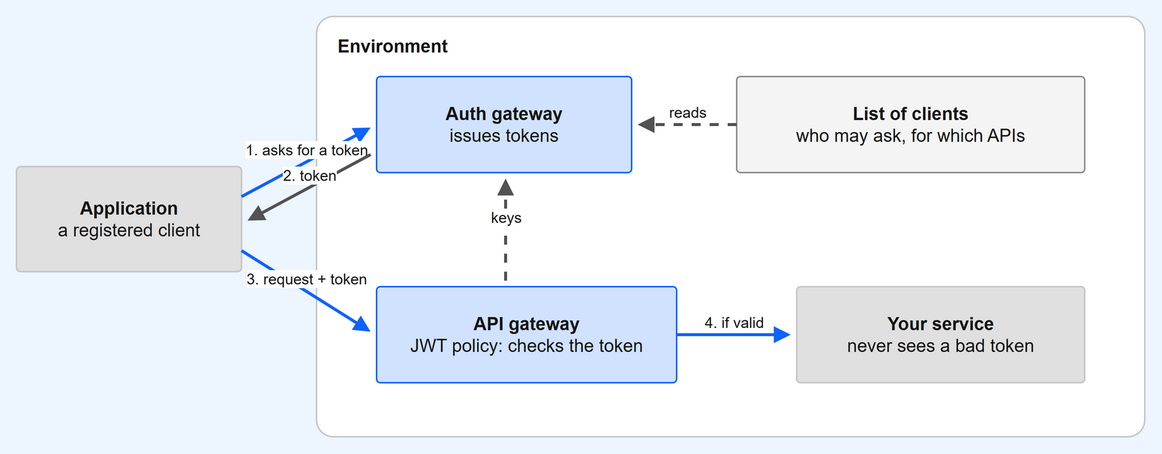
This is static/img/auth/token-flow.drawio.png from cml-x/docs, a draw.io export, as it was before one commit. Source tidied: cells renumbered, new cells last; positions are measured from the earlier drawing's top-left corner, leaving out a move shared by most shapes.
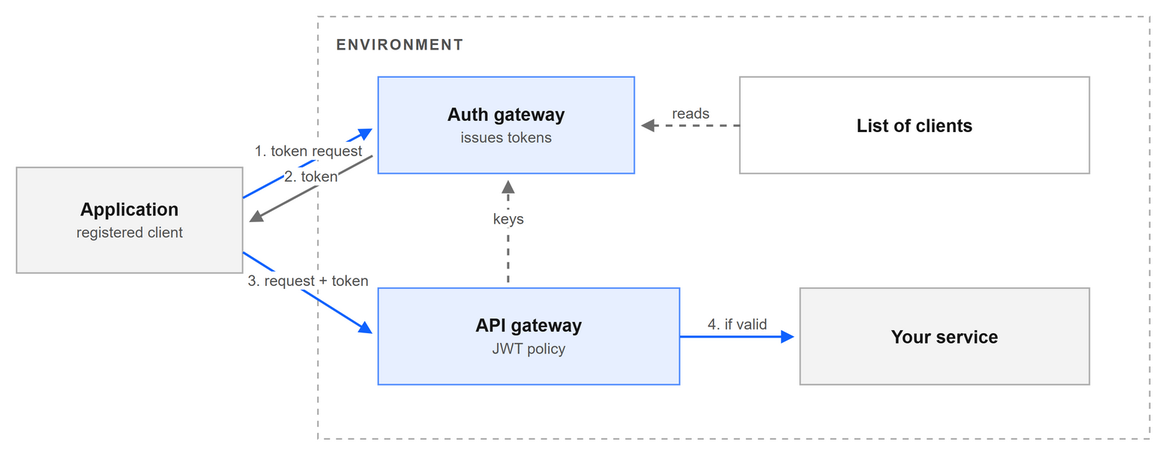
The same file after the commit.

Change to the diagram source:
```diff
@@ -1,56 +1,56 @@
-<mxGraphModel background="#EDF5FF">
+<mxGraphModel background="#FFFFFF">
   <root>
     <mxCell id="0" />
     <mxCell id="1" parent="0" />
-    <mxCell id="2" value="&lt;b&gt;Application&lt;/b&gt;&lt;br&gt;a registered client" style="rounded=1;arcSize=4;whiteSpace=wrap;html=1;fillColor=#E0E0E0;strokeColor=#C6C6C6;fontColor=#161616;fontSize=12;" parent="1" vertex="1">
+    <mxCell id="2" value="&lt;b&gt;Application&lt;/b&gt;&lt;br&gt;&lt;span style=&quot;font-size:10px;color:#525252&quot;&gt;registered client&lt;/span&gt;" style="rounded=0;whiteSpace=wrap;html=1;strokeWidth=1;fontColor=#161616;fontSize=12;fillColor=#161616;fillOpacity=5;strokeColor=#8D8D8D;strokeOpacity=70;" parent="1" vertex="1">
       <mxGeometry y="100" width="150" height="70" as="geometry" />
     </mxCell>
-    <mxCell id="3" value="Environment" style="rounded=1;arcSize=4;whiteSpace=wrap;html=1;fillColor=#FFFFFF;strokeColor=#C6C6C6;fontColor=#161616;fontSize=12;verticalAlign=top;align=left;spacingLeft=12;spacingTop=6;fontStyle=1;" parent="1" vertex="1">
+    <mxCell id="3" value="&lt;span style=&quot;font-size:10px;color:#525252;letter-spacing:1px&quot;&gt;&lt;b&gt;ENVIRONMENT&lt;/b&gt;&lt;/span&gt;" style="rounded=0;whiteSpace=wrap;html=1;strokeWidth=1;fontColor=#161616;fontSize=12;fillColor=none;strokeColor=#A8A8A8;dashed=1;dashPattern=4 4;verticalAlign=top;align=left;spacingLeft=10;spacingTop=4;" parent="1" vertex="1">
       <mxGeometry x="200" width="552" height="280" as="geometry" />
     </mxCell>
-    <mxCell id="4" value="&lt;b&gt;Auth gateway&lt;/b&gt;&lt;br&gt;issues tokens" style="rounded=1;arcSize=4;whiteSpace=wrap;html=1;fillColor=#D0E2FF;strokeColor=#0F62FE;fontColor=#161616;fontSize=12;" parent="1" vertex="1">
+    <mxCell id="4" value="&lt;b&gt;Auth gateway&lt;/b&gt;&lt;br&gt;&lt;span style=&quot;font-size:10px;color:#525252&quot;&gt;issues tokens&lt;/span&gt;" style="rounded=0;whiteSpace=wrap;html=1;strokeWidth=1;fontColor=#161616;fontSize=12;fillColor=#0F62FE;fillOpacity=10;strokeColor=#0F62FE;strokeOpacity=70;" parent="1" vertex="1">
       <mxGeometry x="240" y="40" width="170" height="64" as="geometry" />
     </mxCell>
-    <mxCell id="5" value="&lt;b&gt;List of clients&lt;/b&gt;&lt;br&gt;who may ask, for which APIs" style="rounded=1;arcSize=4;whiteSpace=wrap;html=1;fillColor=#F4F4F4;strokeColor=#8D8D8D;fontColor=#161616;fontSize=12;" parent="1" vertex="1">
+    <mxCell id="5" value="&lt;b&gt;List of clients&lt;/b&gt;" style="rounded=0;whiteSpace=wrap;html=1;strokeWidth=1;fontColor=#161616;fontSize=12;fillColor=none;strokeColor=#8D8D8D;strokeOpacity=70;" parent="1" vertex="1">
       <mxGeometry x="480" y="40" width="232" height="64" as="geometry" />
     </mxCell>
-    <mxCell id="6" value="&lt;b&gt;API gateway&lt;/b&gt;&lt;br&gt;JWT policy: checks the token" style="rounded=1;arcSize=4;whiteSpace=wrap;html=1;fillColor=#D0E2FF;strokeColor=#0F62FE;fontColor=#161616;fontSize=12;" parent="1" vertex="1">
+    <mxCell id="6" value="&lt;b&gt;API gateway&lt;/b&gt;&lt;br&gt;&lt;span style=&quot;font-size:10px;color:#525252&quot;&gt;JWT policy&lt;/span&gt;" style="rounded=0;whiteSpace=wrap;html=1;strokeWidth=1;fontColor=#161616;fontSize=12;fillColor=#0F62FE;fillOpacity=10;strokeColor=#0F62FE;strokeOpacity=70;" parent="1" vertex="1">
       <mxGeometry x="240" y="180" width="200" height="64" as="geometry" />
     </mxCell>
-    <mxCell id="7" value="&lt;b&gt;Your service&lt;/b&gt;&lt;br&gt;never sees a bad token" style="rounded=1;arcSize=4;whiteSpace=wrap;html=1;fillColor=#E0E0E0;strokeColor=#C6C6C6;fontColor=#161616;fontSize=12;" parent="1" vertex="1">
+    <mxCell id="7" value="&lt;b&gt;Your service&lt;/b&gt;" style="rounded=0;whiteSpace=wrap;html=1;strokeWidth=1;fontColor=#161616;fontSize=12;fillColor=#161616;fillOpacity=5;strokeColor=#8D8D8D;strokeOpacity=70;" parent="1" vertex="1">
       <mxGeometry x="520" y="180" width="192" height="64" as="geometry" />
     </mxCell>
-    <mxCell id="8" value="1. asks for a token" style="endArrow=block;html=1;strokeWidth=2;strokeColor=#0F62FE;fontSize=10;fontColor=#161616;verticalAlign=bottom;" parent="1" edge="1">
+    <mxCell id="8" value="1. token request" style="endArrow=block;html=1;strokeWidth=1.5;strokeColor=#0F62FE;fontSize=10;fontColor=#525252;verticalAlign=bottom;endSize=5;rounded=0;labelBackgroundColor=#FFFFFF;" parent="1" edge="1">
       <mxGeometry relative="1" as="geometry">
         <mxPoint x="150" y="120" as="sourcePoint" />
         <mxPoint x="236" y="74" as="targetPoint" />
       </mxGeometry>
     </mxCell>
-    <mxCell id="9" value="2. token" style="endArrow=block;html=1;strokeWidth=2;strokeColor=#525252;fontSize=10;fontColor=#161616;verticalAlign=bottom;" parent="1" edge="1">
+    <mxCell id="9" value="2. token" style="endArrow=block;html=1;strokeWidth=1.5;strokeColor=#6F6F6F;fontSize=10;fontColor=#525252;verticalAlign=bottom;endSize=5;rounded=0;labelBackgroundColor=#FFFFFF;" parent="1" edge="1">
       <mxGeometry relative="1" as="geometry">
         <mxPoint x="236" y="92" as="sourcePoint" />
         <mxPoint x="154" y="136" as="targetPoint" />
       </mxGeometry>
     </mxCell>
-    <mxCell id="10" value="3. request + token" style="endArrow=block;html=1;strokeWidth=2;strokeColor=#0F62FE;fontSize=10;fontColor=#161616;verticalAlign=bottom;" parent="1" edge="1">
+    <mxCell id="10" value="3. request + token" style="endArrow=block;html=1;strokeWidth=1.5;strokeColor=#0F62FE;fontSize=10;fontColor=#525252;verticalAlign=bottom;endSize=5;rounded=0;labelBackgroundColor=#FFFFFF;" parent="1" edge="1">
       <mxGeometry relative="1" as="geometry">
         <mxPoint x="150" y="156" as="sourcePoint" />
         <mxPoint x="236" y="210" as="targetPoint" />
       </mxGeometry>
     </mxCell>
-    <mxCell id="11" value="reads" style="endArrow=block;html=1;strokeWidth=2;strokeColor=#525252;fontSize=10;fontColor=#161616;verticalAlign=bottom;dashed=1;" parent="1" edge="1">
+    <mxCell id="11" value="reads" style="endArrow=block;html=1;strokeWidth=1.5;strokeColor=#6F6F6F;fontSize=10;fontColor=#525252;verticalAlign=bottom;dashed=1;endSize=5;rounded=0;labelBackgroundColor=#FFFFFF;" parent="1" edge="1">
       <mxGeometry relative="1" as="geometry">
         <mxPoint x="480" y="72" as="sourcePoint" />
         <mxPoint x="414" y="72" as="targetPoint" />
       </mxGeometry>
     </mxCell>
-    <mxCell id="12" value="keys" style="endArrow=block;html=1;strokeWidth=2;strokeColor=#525252;fontSize=10;fontColor=#161616;verticalAlign=bottom;dashed=1;" parent="1" edge="1">
+    <mxCell id="12" value="keys" style="endArrow=block;html=1;strokeWidth=1.5;strokeColor=#6F6F6F;fontSize=10;fontColor=#525252;verticalAlign=bottom;dashed=1;endSize=5;rounded=0;labelBackgroundColor=#FFFFFF;" parent="1" edge="1">
       <mxGeometry relative="1" as="geometry">
         <mxPoint x="326" y="176" as="sourcePoint" />
         <mxPoint x="326" y="108" as="targetPoint" />
       </mxGeometry>
     </mxCell>
-    <mxCell id="13" value="4. if valid" style="endArrow=block;html=1;strokeWidth=2;strokeColor=#0F62FE;fontSize=10;fontColor=#161616;verticalAlign=bottom;" parent="1" edge="1">
+    <mxCell id="13" value="4. if valid" style="endArrow=block;html=1;strokeWidth=1.5;strokeColor=#0F62FE;fontSize=10;fontColor=#525252;verticalAlign=bottom;endSize=5;rounded=0;labelBackgroundColor=#FFFFFF;" parent="1" edge="1">
       <mxGeometry relative="1" as="geometry">
         <mxPoint x="440" y="212" as="sourcePoint" />
         <mxPoint x="516" y="212" as="targetPoint" />
```
